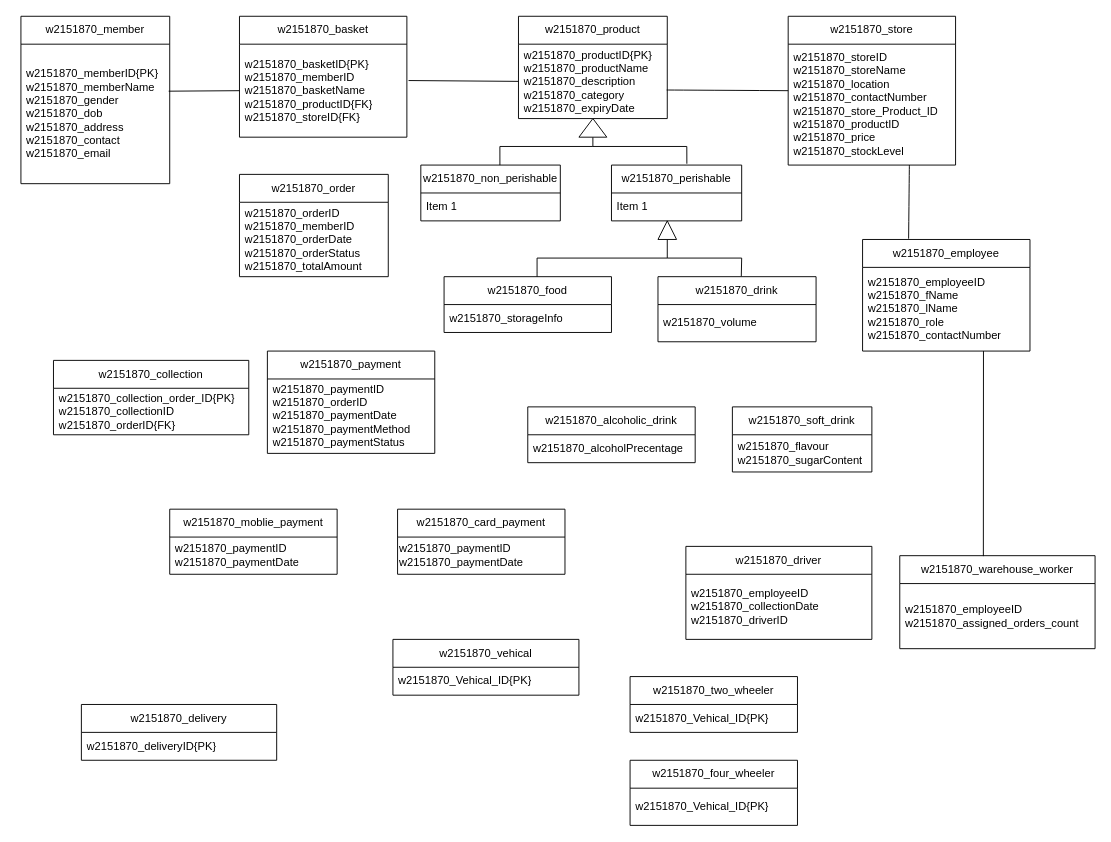
This is question7.drawio from Yoda200512/skills-introduction-to-github, a draw.io file, before an edit. Source tidied: cells renumbered, new cells numbered last; positions are measured from the earlier drawing's top-left corner, leaving out a move shared by most shapes. Both pictures are drawn from the tidied source at 93%, with x=0, y=0 at pixel (20, 16).
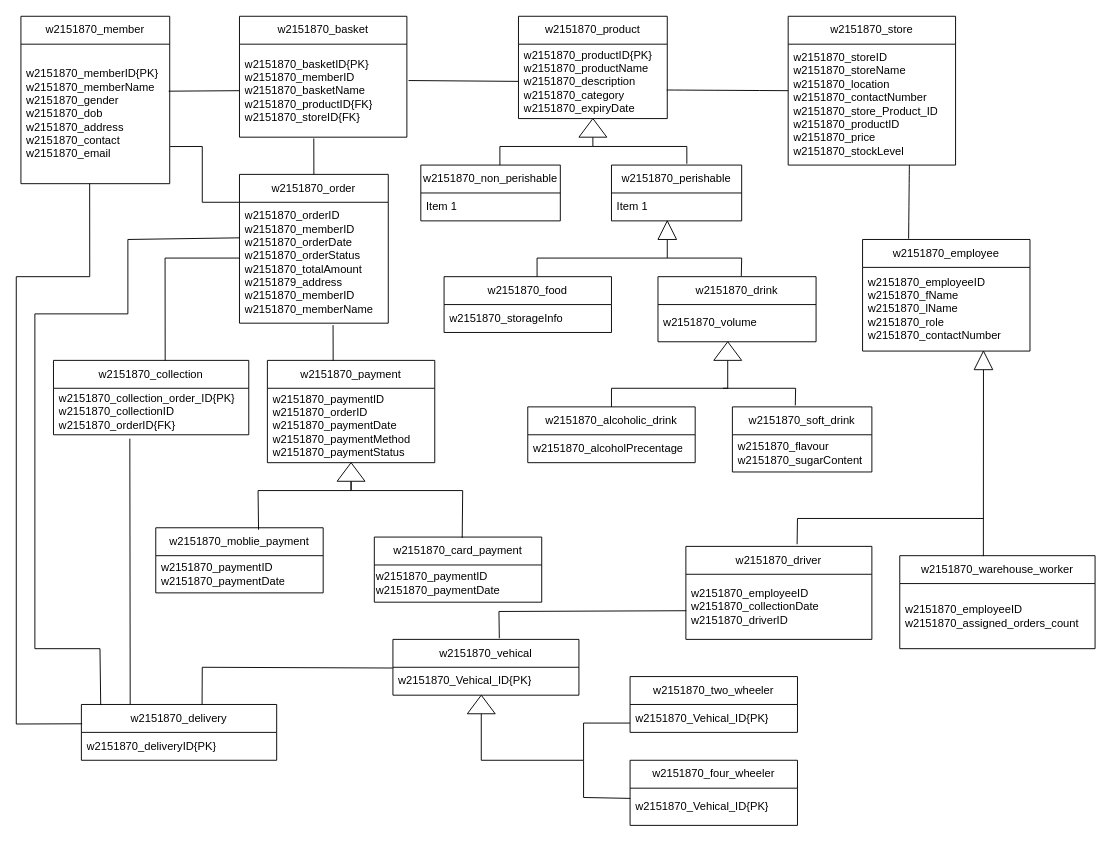
Above is the later version.

The change refers to these unchanged cells:
```xml
<mxCell id="3" value="&lt;span style=&quot;text-align: center;&quot;&gt;w2151870_&lt;/span&gt;memberID{PK}&lt;br&gt;&lt;div&gt;&lt;span style=&quot;text-align: center; background-color: transparent; color: light-dark(rgb(0, 0, 0), rgb(255, 255, 255));&quot;&gt;w2151870_&lt;/span&gt;memberName&lt;/div&gt;&lt;div&gt;&lt;span style=&quot;text-align: center; background-color: transparent; color: light-dark(rgb(0, 0, 0), rgb(255, 255, 255));&quot;&gt;w2151870_&lt;/span&gt;gender&lt;/div&gt;&lt;div&gt;&lt;span style=&quot;text-align: center; background-color: transparent; color: light-dark(rgb(0, 0, 0), rgb(255, 255, 255));&quot;&gt;w2151870_&lt;/span&gt;dob&lt;/div&gt;&lt;div&gt;&lt;span style=&quot;text-align: center; background-color: transparent; color: light-dark(rgb(0, 0, 0), rgb(255, 255, 255));&quot;&gt;w2151870_&lt;/span&gt;address&lt;/div&gt;&lt;div&gt;&lt;span style=&quot;text-align: center; background-color: transparent; color: light-dark(rgb(0, 0, 0), rgb(255, 255, 255));&quot;&gt;w2151870_&lt;/span&gt;contact&lt;/div&gt;&lt;div&gt;&lt;span style=&quot;text-align: center; background-color: transparent; color: light-dark(rgb(0, 0, 0), rgb(255, 255, 255));&quot;&gt;w2151870_&lt;/span&gt;email&lt;/div&gt;" style="text;strokeColor=none;fillColor=none;align=left;verticalAlign=middle;spacingLeft=4;spacingRight=4;overflow=hidden;points=[[0,0.5],[1,0.5]];portConstraint=eastwest;whiteSpace=wrap;html=1;" parent="2" vertex="1">
  <mxGeometry y="30" width="160" height="150" as="geometry" />
</mxCell>
<mxCell id="5" value="&lt;span style=&quot;text-align: center;&quot;&gt;w2151870_&lt;/span&gt;basketID{PK}&lt;br&gt;&lt;div&gt;&lt;span style=&quot;text-align: center; background-color: transparent; color: light-dark(rgb(0, 0, 0), rgb(255, 255, 255));&quot;&gt;w2151870_&lt;/span&gt;memberID&lt;/div&gt;&lt;div&gt;&lt;span style=&quot;text-align: center; background-color: transparent; color: light-dark(rgb(0, 0, 0), rgb(255, 255, 255));&quot;&gt;w2151870_&lt;/span&gt;basketName&lt;/div&gt;&lt;div&gt;w2151870_productID{FK}&lt;/div&gt;&lt;div&gt;w2151870_storeID{FK}&lt;/div&gt;" style="text;strokeColor=none;fillColor=none;align=left;verticalAlign=middle;spacingLeft=4;spacingRight=4;overflow=hidden;points=[[0,0.5],[1,0.5]];portConstraint=eastwest;whiteSpace=wrap;html=1;" parent="4" vertex="1">
  <mxGeometry y="30" width="180" height="100" as="geometry" />
</mxCell>
<mxCell id="10" value="w2151870_collection" style="swimlane;fontStyle=0;horizontal=1;startSize=30;whiteSpace=wrap;html=1;" parent="1" vertex="1">
  <mxGeometry x="35" y="370" width="210" height="80" as="geometry" />
</mxCell>
<mxCell id="11" value="&lt;span style=&quot;text-align: center;&quot;&gt;w2151870_collection_order_ID{PK}&lt;/span&gt;&lt;div&gt;&lt;span style=&quot;text-align: center; background-color: transparent; color: light-dark(rgb(0, 0, 0), rgb(255, 255, 255));&quot;&gt;w2151870_collectionID&lt;/span&gt;&lt;div&gt;&lt;span style=&quot;text-align: center;&quot;&gt;w2151870_orderID{FK}&lt;/span&gt;&lt;/div&gt;&lt;/div&gt;" style="text;strokeColor=none;fillColor=none;align=left;verticalAlign=middle;spacingLeft=4;spacingRight=4;overflow=hidden;points=[[0,0.5],[1,0.5]];portConstraint=eastwest;whiteSpace=wrap;html=1;" parent="10" vertex="1">
  <mxGeometry y="30" width="210" height="50" as="geometry" />
</mxCell>
<mxCell id="18" value="w2151870_warehouse_worker" style="swimlane;fontStyle=0;horizontal=1;startSize=30;whiteSpace=wrap;html=1;" parent="1" vertex="1">
  <mxGeometry x="945" y="580" width="210" height="100" as="geometry" />
</mxCell>
<mxCell id="20" value="w2151870_driver" style="swimlane;fontStyle=0;horizontal=1;startSize=30;whiteSpace=wrap;html=1;" parent="1" vertex="1">
  <mxGeometry x="715" y="570" width="200" height="100" as="geometry" />
</mxCell>
<mxCell id="21" value="&lt;span style=&quot;text-align: center;&quot;&gt;w2151870_&lt;/span&gt;employeeID&lt;br&gt;&lt;div&gt;&lt;span style=&quot;text-align: center; background-color: transparent; color: light-dark(rgb(0, 0, 0), rgb(255, 255, 255));&quot;&gt;w2151870_&lt;/span&gt;collectionDate&lt;/div&gt;&lt;div&gt;&lt;span style=&quot;text-align: center; background-color: transparent; color: light-dark(rgb(0, 0, 0), rgb(255, 255, 255));&quot;&gt;w2151870_&lt;/span&gt;driverID&lt;/div&gt;" style="text;strokeColor=none;fillColor=none;align=left;verticalAlign=middle;spacingLeft=4;spacingRight=4;overflow=hidden;points=[[0,0.5],[1,0.5]];portConstraint=eastwest;whiteSpace=wrap;html=1;" parent="20" vertex="1">
  <mxGeometry y="30" width="200" height="70" as="geometry" />
</mxCell>
<mxCell id="22" value="w2151870_delivery" style="swimlane;fontStyle=0;horizontal=1;startSize=30;whiteSpace=wrap;html=1;" parent="1" vertex="1">
  <mxGeometry x="65" y="740" width="210" height="60" as="geometry" />
</mxCell>
<mxCell id="28" value="w2151870_soft_drink" style="swimlane;fontStyle=0;horizontal=1;startSize=30;whiteSpace=wrap;html=1;" parent="1" vertex="1">
  <mxGeometry x="765" y="420" width="150" height="70" as="geometry" />
</mxCell>
<mxCell id="30" value="w2151870_alcoholic_drink" style="swimlane;fontStyle=0;horizontal=1;startSize=30;whiteSpace=wrap;html=1;" parent="1" vertex="1">
  <mxGeometry x="545" y="420" width="180" height="60" as="geometry" />
</mxCell>
<mxCell id="34" value="w2151870_vehical" style="swimlane;fontStyle=0;horizontal=1;startSize=30;whiteSpace=wrap;html=1;" parent="1" vertex="1">
  <mxGeometry x="400" y="670" width="200" height="60" as="geometry" />
</mxCell>
<mxCell id="35" value="w2151870_Vehical_ID{PK}" style="text;strokeColor=none;fillColor=none;align=left;verticalAlign=middle;spacingLeft=4;spacingRight=4;overflow=hidden;points=[[0,0.5],[1,0.5]];portConstraint=eastwest;whiteSpace=wrap;html=1;" parent="34" vertex="1">
  <mxGeometry y="30" width="200" height="30" as="geometry" />
</mxCell>
<mxCell id="39" value="w2151870_Vehical_ID{PK}" style="text;strokeColor=none;fillColor=none;align=left;verticalAlign=middle;spacingLeft=4;spacingRight=4;overflow=hidden;points=[[0,0.5],[1,0.5]];portConstraint=eastwest;whiteSpace=wrap;html=1;" parent="38" vertex="1">
  <mxGeometry y="30" width="180" height="40" as="geometry" />
</mxCell>
```

Diff of the diagram source:
```diff
@@
     <mxCell id="8" value="w2151870_order" style="swimlane;fontStyle=0;horizontal=1;startSize=30;whiteSpace=wrap;html=1;" parent="1" vertex="1">
-      <mxGeometry x="235" y="170" width="160" height="110" as="geometry" />
+      <mxGeometry x="235" y="170" width="160" height="160" as="geometry" />
     </mxCell>
-    <mxCell id="9" value="&lt;span style=&quot;text-align: center;&quot;&gt;w2151870_&lt;/span&gt;orderID&lt;br&gt;&lt;div&gt;&lt;span style=&quot;text-align: center; background-color: transparent; color: light-dark(rgb(0, 0, 0), rgb(255, 255, 255));&quot;&gt;w2151870_&lt;/span&gt;memberID&lt;/div&gt;&lt;div&gt;&lt;span style=&quot;text-align: center; background-color: transparent; color: light-dark(rgb(0, 0, 0), rgb(255, 255, 255));&quot;&gt;w2151870_&lt;/span&gt;orderDate&lt;/div&gt;&lt;div&gt;&lt;span style=&quot;text-align: center; background-color: transparent; color: light-dark(rgb(0, 0, 0), rgb(255, 255, 255));&quot;&gt;w2151870_&lt;/span&gt;orderStatus&lt;/div&gt;&lt;div&gt;&lt;span style=&quot;text-align: center; background-color: transparent; color: light-dark(rgb(0, 0, 0), rgb(255, 255, 255));&quot;&gt;w2151870_&lt;/span&gt;totalAmount&lt;/div&gt;" style="text;strokeColor=none;fillColor=none;align=left;verticalAlign=middle;spacingLeft=4;spacingRight=4;overflow=hidden;points=[[0,0.5],[1,0.5]];portConstraint=eastwest;whiteSpace=wrap;html=1;" parent="8" vertex="1">
-      <mxGeometry y="30" width="160" height="80" as="geometry" />
+    <mxCell id="9" value="&lt;span style=&quot;text-align: center;&quot;&gt;w2151870_&lt;/span&gt;orderID&lt;br&gt;&lt;div&gt;&lt;span style=&quot;text-align: center; background-color: transparent; color: light-dark(rgb(0, 0, 0), rgb(255, 255, 255));&quot;&gt;w2151870_&lt;/span&gt;memberID&lt;/div&gt;&lt;div&gt;&lt;span style=&quot;text-align: center; background-color: transparent; color: light-dark(rgb(0, 0, 0), rgb(255, 255, 255));&quot;&gt;w2151870_&lt;/span&gt;orderDate&lt;/div&gt;&lt;div&gt;&lt;span style=&quot;text-align: center; background-color: transparent; color: light-dark(rgb(0, 0, 0), rgb(255, 255, 255));&quot;&gt;w2151870_&lt;/span&gt;orderStatus&lt;/div&gt;&lt;div&gt;&lt;span style=&quot;text-align: center; background-color: transparent; color: light-dark(rgb(0, 0, 0), rgb(255, 255, 255));&quot;&gt;w2151870_&lt;/span&gt;totalAmount&lt;/div&gt;&lt;div&gt;w2151879_address&lt;br&gt;w2151870_memberID&lt;/div&gt;&lt;div&gt;w2151870_memberName&lt;/div&gt;" style="text;strokeColor=none;fillColor=none;align=left;verticalAlign=middle;spacingLeft=4;spacingRight=4;overflow=hidden;points=[[0,0.5],[1,0.5]];portConstraint=eastwest;whiteSpace=wrap;html=1;" parent="8" vertex="1">
+      <mxGeometry y="30" width="160" height="130" as="geometry" />
     </mxCell>
@@
     <mxCell id="12" value="w2151870_payment" style="swimlane;fontStyle=0;horizontal=1;startSize=30;whiteSpace=wrap;html=1;" parent="1" vertex="1">
-      <mxGeometry x="265" y="360" width="180" height="110" as="geometry" />
+      <mxGeometry x="265" y="370" width="180" height="110" as="geometry" />
     </mxCell>
@@
     <mxCell id="40" value="w2151870_card_payment" style="swimlane;fontStyle=0;horizontal=1;startSize=30;whiteSpace=wrap;html=1;" parent="1" vertex="1">
-      <mxGeometry x="405" y="530" width="180" height="70" as="geometry" />
+      <mxGeometry x="380" y="560" width="180" height="70" as="geometry" />
     </mxCell>
@@
     <mxCell id="42" value="w2151870_moblie_payment" style="swimlane;fontStyle=0;horizontal=1;startSize=30;whiteSpace=wrap;html=1;" parent="1" vertex="1">
-      <mxGeometry x="160" y="530" width="180" height="70" as="geometry" />
+      <mxGeometry x="145" y="550" width="180" height="70" as="geometry" />
     </mxCell>
@@
-    <mxCell id="50" style="endArrow=none;html=1;rounded=0;exitX=0.428;exitY=0.005;exitDx=0;exitDy=0;exitPerimeter=0;" parent="1" edge="1" source="18">
-      <mxGeometry relative="1" as="geometry">
-        <mxPoint x="1035" y="360" as="targetPoint" />
-      </mxGeometry>
+    <mxCell id="50" style="endArrow=none;html=1;rounded=0;exitX=0.428;exitY=0.005;exitDx=0;exitDy=0;exitPerimeter=0;entryX=0;entryY=0.5;entryDx=0;entryDy=0;" parent="1" edge="1" source="18" target="61">
+      <mxGeometry relative="1" as="geometry" />
     </mxCell>
@@
+    <mxCell id="57" style="endArrow=none;html=1;rounded=0;exitX=0.5;exitY=0;exitDx=0;exitDy=0;entryX=0;entryY=0.5;entryDx=0;entryDy=0;" parent="1" edge="1" source="30" target="59">
+      <mxGeometry relative="1" as="geometry">
+        <Array as="points">
+          <mxPoint x="635" y="400" />
+          <mxPoint x="760" y="400" />
+        </Array>
+      </mxGeometry>
+    </mxCell>
+    <mxCell id="58" style="endArrow=none;html=1;rounded=0;exitX=0.451;exitY=-0.022;exitDx=0;exitDy=0;exitPerimeter=0;" parent="1" edge="1" source="28">
+      <mxGeometry relative="1" as="geometry">
+        <mxPoint x="755" y="400" as="targetPoint" />
+        <Array as="points">
+          <mxPoint x="833" y="400" />
+        </Array>
+      </mxGeometry>
+    </mxCell>
+    <mxCell id="59" style="triangle;whiteSpace=wrap;html=1;direction=north;" parent="1" vertex="1">
+      <mxGeometry x="745" y="350" width="30" height="20" as="geometry" />
+    </mxCell>
+    <mxCell id="60" style="endArrow=none;html=1;rounded=0;exitX=0.598;exitY=-0.023;exitDx=0;exitDy=0;exitPerimeter=0;" parent="1" edge="1" source="20">
+      <mxGeometry relative="1" as="geometry">
+        <mxPoint x="1035" y="540" as="targetPoint" />
+        <Array as="points">
+          <mxPoint x="835" y="540" />
+        </Array>
+      </mxGeometry>
+    </mxCell>
+    <mxCell id="61" style="triangle;whiteSpace=wrap;html=1;direction=north;" parent="1" vertex="1">
+      <mxGeometry x="1025" y="360" width="20" height="20" as="geometry" />
+    </mxCell>
+    <mxCell id="62" style="endArrow=none;html=1;rounded=0;exitX=0.614;exitY=0.03;exitDx=0;exitDy=0;exitPerimeter=0;" parent="1" edge="1" source="42">
+      <mxGeometry relative="1" as="geometry">
+        <mxPoint x="355" y="510" as="targetPoint" />
+        <Array as="points">
+          <mxPoint x="255" y="510" />
+        </Array>
+      </mxGeometry>
+    </mxCell>
+    <mxCell id="63" style="endArrow=none;html=1;rounded=0;entryX=0.525;entryY=0.014;entryDx=0;entryDy=0;entryPerimeter=0;" parent="1" edge="1" source="75" target="40">
+      <mxGeometry relative="1" as="geometry">
+        <Array as="points">
+          <mxPoint x="355" y="510" />
+          <mxPoint x="475" y="510" />
+        </Array>
+      </mxGeometry>
+    </mxCell>
+    <mxCell id="64" style="endArrow=none;html=1;rounded=0;" parent="1" edge="1">
+      <mxGeometry relative="1" as="geometry">
+        <mxPoint x="605" y="800" as="sourcePoint" />
+        <mxPoint x="655" y="760" as="targetPoint" />
+        <Array as="points">
+          <mxPoint x="605" y="760" />
+        </Array>
+      </mxGeometry>
+    </mxCell>
+    <mxCell id="65" style="endArrow=none;html=1;rounded=0;entryX=0.001;entryY=0.275;entryDx=0;entryDy=0;entryPerimeter=0;" parent="1" edge="1" target="39">
+      <mxGeometry relative="1" as="geometry">
+        <mxPoint x="495" y="750" as="sourcePoint" />
+        <Array as="points">
+          <mxPoint x="495" y="800" />
+          <mxPoint x="605" y="800" />
+          <mxPoint x="605" y="840" />
+        </Array>
+      </mxGeometry>
+    </mxCell>
+    <mxCell id="66" style="triangle;whiteSpace=wrap;html=1;direction=north;" parent="1" vertex="1">
+      <mxGeometry x="480" y="730" width="30" height="20" as="geometry" />
+    </mxCell>
+    <mxCell id="67" style="endArrow=none;html=1;rounded=0;exitX=0.572;exitY=-0.02;exitDx=0;exitDy=0;exitPerimeter=0;entryX=0.002;entryY=0.56;entryDx=0;entryDy=0;entryPerimeter=0;" parent="1" edge="1" source="34" target="21">
+      <mxGeometry relative="1" as="geometry">
+        <Array as="points">
+          <mxPoint x="514" y="640" />
+        </Array>
+      </mxGeometry>
+    </mxCell>
+    <mxCell id="68" style="endArrow=none;html=1;rounded=0;entryX=-0.001;entryY=0.027;entryDx=0;entryDy=0;entryPerimeter=0;exitX=0.618;exitY=0;exitDx=0;exitDy=0;exitPerimeter=0;" parent="1" edge="1" source="22" target="35">
+      <mxGeometry relative="1" as="geometry">
+        <Array as="points">
+          <mxPoint x="195" y="700" />
+        </Array>
+      </mxGeometry>
+    </mxCell>
+    <mxCell id="69" style="endArrow=none;html=1;rounded=0;exitX=0.25;exitY=0;exitDx=0;exitDy=0;entryX=0.391;entryY=1.084;entryDx=0;entryDy=0;entryPerimeter=0;" parent="1" edge="1" source="22" target="11">
+      <mxGeometry relative="1" as="geometry" />
+    </mxCell>
+    <mxCell id="70" style="endArrow=none;html=1;rounded=0;exitX=0.004;exitY=0.346;exitDx=0;exitDy=0;exitPerimeter=0;entryX=0.462;entryY=0.999;entryDx=0;entryDy=0;entryPerimeter=0;" parent="1" edge="1" source="22" target="3">
+      <mxGeometry relative="1" as="geometry">
+        <Array as="points">
+          <mxPoint x="-5" y="761" />
+          <mxPoint x="-5" y="280" />
+          <mxPoint x="74" y="280" />
+        </Array>
+      </mxGeometry>
+    </mxCell>
+    <mxCell id="71" style="endArrow=none;html=1;rounded=0;exitX=0.393;exitY=0.003;exitDx=0;exitDy=0;exitPerimeter=0;entryX=0.629;entryY=1.016;entryDx=0;entryDy=0;entryPerimeter=0;" parent="1" edge="1" source="12" target="9">
+      <mxGeometry relative="1" as="geometry" />
+    </mxCell>
+    <mxCell id="72" style="endArrow=none;html=1;rounded=0;exitX=0.572;exitY=0.003;exitDx=0;exitDy=0;exitPerimeter=0;" parent="1" edge="1" source="10">
+      <mxGeometry relative="1" as="geometry">
+        <mxPoint x="235" y="260" as="targetPoint" />
+        <Array as="points">
+          <mxPoint x="155" y="260" />
+        </Array>
+      </mxGeometry>
+    </mxCell>
+    <mxCell id="73" style="endArrow=none;html=1;rounded=0;exitX=0.5;exitY=0;exitDx=0;exitDy=0;entryX=0.444;entryY=1.014;entryDx=0;entryDy=0;entryPerimeter=0;" parent="1" edge="1" source="8" target="5">
+      <mxGeometry relative="1" as="geometry" />
+    </mxCell>
+    <mxCell id="74" style="endArrow=none;html=1;rounded=0;entryX=0;entryY=0.5;entryDx=0;entryDy=0;" parent="1" edge="1" target="75">
+      <mxGeometry relative="1" as="geometry">
+        <mxPoint x="355" y="510" as="sourcePoint" />
+      </mxGeometry>
+    </mxCell>
+    <mxCell id="75" style="triangle;whiteSpace=wrap;html=1;direction=north;" parent="1" vertex="1">
+      <mxGeometry x="340" y="480" width="30" height="20" as="geometry" />
+    </mxCell>
+    <mxCell id="76" style="endArrow=none;html=1;rounded=0;exitX=0.099;exitY=0.01;exitDx=0;exitDy=0;exitPerimeter=0;entryX=0.003;entryY=0.294;entryDx=0;entryDy=0;entryPerimeter=0;" parent="1" edge="1" source="22" target="9">
+      <mxGeometry relative="1" as="geometry">
+        <Array as="points">
+          <mxPoint x="85" y="680" />
+          <mxPoint x="15" y="680" />
+          <mxPoint x="15" y="320" />
+          <mxPoint x="115" y="320" />
+          <mxPoint x="115" y="240" />
+        </Array>
+      </mxGeometry>
+    </mxCell>
+    <mxCell id="77" style="endArrow=none;html=1;rounded=0;exitX=0;exitY=0;exitDx=0;exitDy=0;exitPerimeter=0;entryX=1.003;entryY=0.734;entryDx=0;entryDy=0;entryPerimeter=0;" parent="1" edge="1" source="9" target="3">
+      <mxGeometry relative="1" as="geometry">
+        <Array as="points">
+          <mxPoint x="195" y="200" />
+          <mxPoint x="195" y="140" />
+        </Array>
+      </mxGeometry>
+    </mxCell>
```
